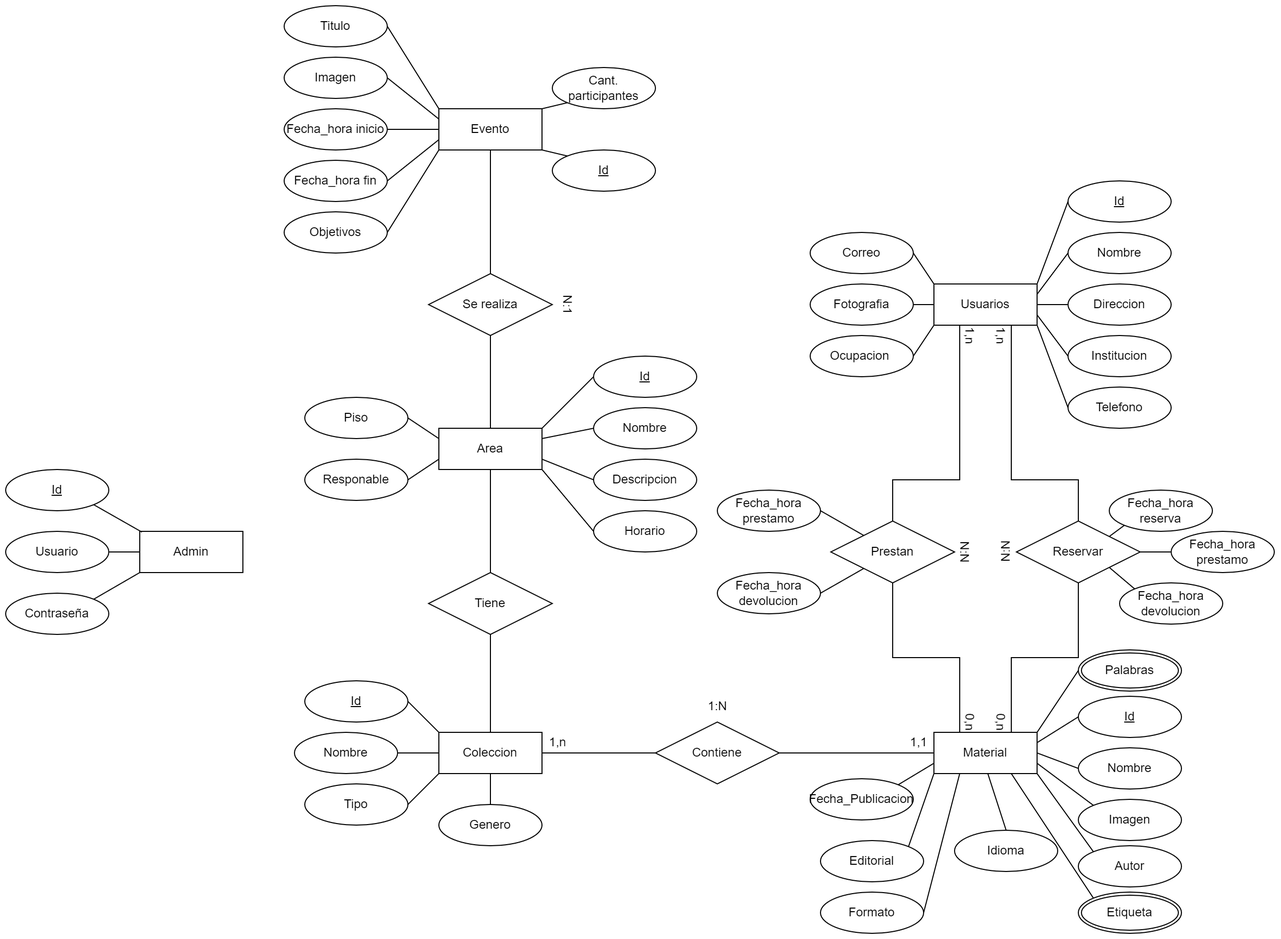
Dgarzona16/portfolio keeps this draw.io diagram as DB/Diagrama ER.png. Above is the earlier version. Source tidied: cells renumbered, new cells last; positions are measured from the earlier drawing's top-left corner, leaving out a move shared by most shapes.
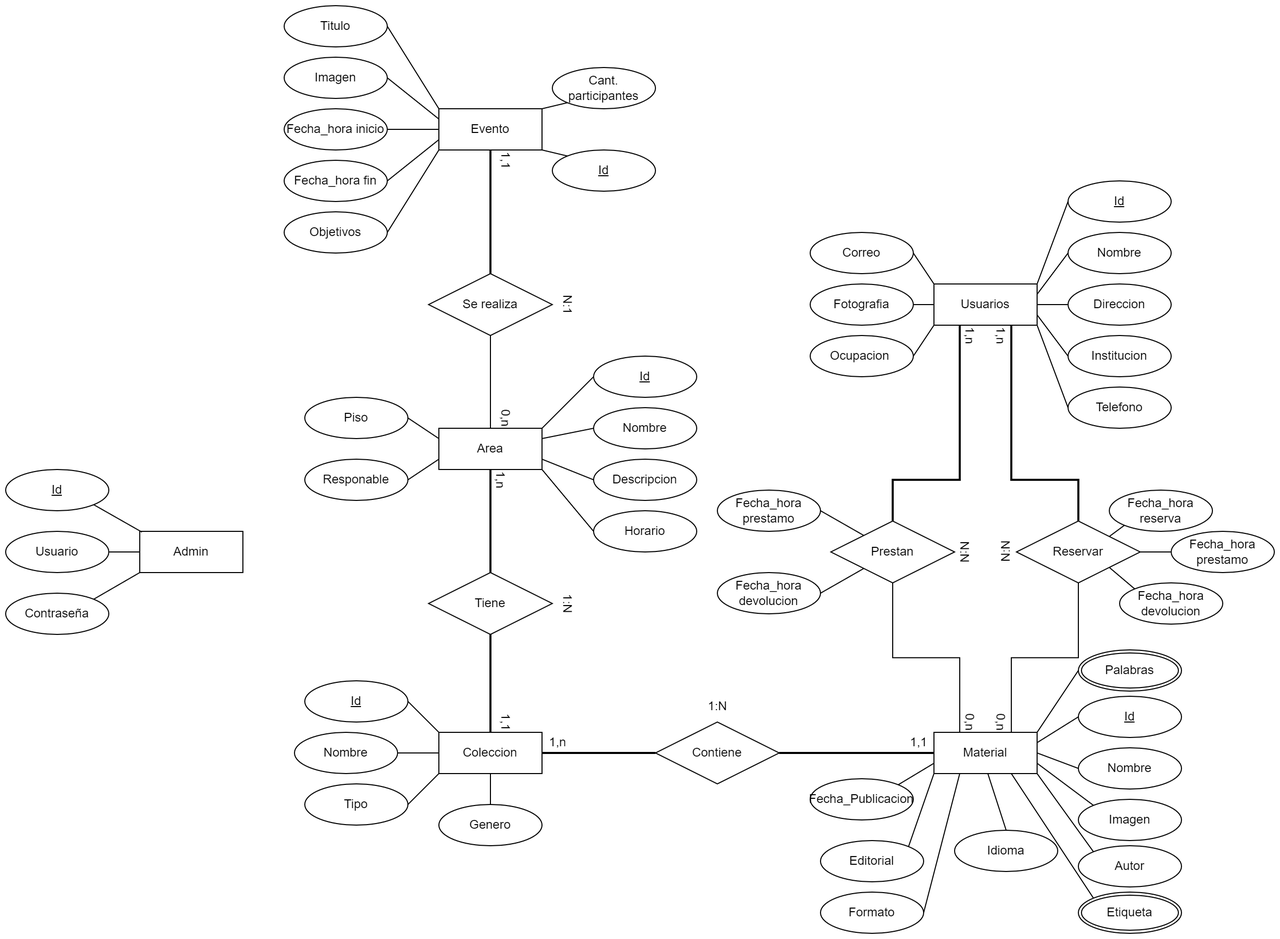
The same file after the commit.

Diff of the diagram source:
```diff
@@ -8,7 +8,7 @@
     <mxCell id="3" value="Evento" style="whiteSpace=wrap;html=1;align=center;rounded=0;" parent="1" vertex="1">
       <mxGeometry x="420" y="100" width="100" height="40" as="geometry" />
     </mxCell>
-    <mxCell id="4" style="edgeStyle=none;rounded=0;jettySize=auto;html=1;exitX=1;exitY=0.5;exitDx=0;exitDy=0;entryX=0;entryY=0.5;entryDx=0;entryDy=0;endArrow=none;endFill=0;" parent="1" edge="1" source="5" target="69">
+    <mxCell id="4" style="edgeStyle=none;rounded=0;jettySize=auto;html=1;exitX=1;exitY=0.5;exitDx=0;exitDy=0;entryX=0;entryY=0.5;entryDx=0;entryDy=0;endArrow=none;endFill=0;strokeWidth=2;" parent="1" edge="1" source="5" target="69">
       <mxGeometry relative="1" as="geometry" />
     </mxCell>
     <mxCell id="5" value="Coleccion" style="whiteSpace=wrap;html=1;align=center;rounded=0;" parent="1" vertex="1">
@@ -23,13 +23,13 @@
     <mxCell id="8" value="Area" style="whiteSpace=wrap;html=1;align=center;rounded=0;" parent="1" vertex="1">
       <mxGeometry x="420" y="410" width="100" height="40" as="geometry" />
     </mxCell>
-    <mxCell id="9" style="edgeStyle=orthogonalEdgeStyle;rounded=0;jettySize=auto;html=1;exitX=0.5;exitY=0;exitDx=0;exitDy=0;entryX=0.5;entryY=1;entryDx=0;entryDy=0;endArrow=none;endFill=0;" parent="1" edge="1" source="10" target="3">
+    <mxCell id="9" style="edgeStyle=orthogonalEdgeStyle;rounded=0;jettySize=auto;html=1;exitX=0.5;exitY=0;exitDx=0;exitDy=0;entryX=0.5;entryY=1;entryDx=0;entryDy=0;endArrow=none;endFill=0;strokeWidth=2;" parent="1" edge="1" source="10" target="3">
       <mxGeometry relative="1" as="geometry" />
     </mxCell>
     <mxCell id="10" value="Se realiza" style="shape=rhombus;perimeter=rhombusPerimeter;whiteSpace=wrap;html=1;align=center;rounded=0;" parent="1" vertex="1">
       <mxGeometry x="410" y="260" width="120" height="60" as="geometry" />
     </mxCell>
-    <mxCell id="11" style="edgeStyle=orthogonalEdgeStyle;rounded=0;jettySize=auto;html=1;exitX=0.5;exitY=0;exitDx=0;exitDy=0;entryX=0.25;entryY=1;entryDx=0;entryDy=0;endArrow=none;endFill=0;" parent="1" edge="1" source="12" target="6">
+    <mxCell id="11" style="edgeStyle=orthogonalEdgeStyle;rounded=0;jettySize=auto;html=1;exitX=0.5;exitY=0;exitDx=0;exitDy=0;entryX=0.25;entryY=1;entryDx=0;entryDy=0;endArrow=none;endFill=0;strokeWidth=2;" parent="1" edge="1" source="12" target="6">
       <mxGeometry relative="1" as="geometry">
         <Array as="points">
           <mxPoint x="860" y="460" />
@@ -205,7 +205,7 @@
     <mxCell id="67" value="Material" style="whiteSpace=wrap;html=1;align=center;rounded=0;" parent="1" vertex="1">
       <mxGeometry x="900" y="705" width="100" height="40" as="geometry" />
     </mxCell>
-    <mxCell id="68" style="edgeStyle=orthogonalEdgeStyle;rounded=0;jettySize=auto;html=1;exitX=1;exitY=0.5;exitDx=0;exitDy=0;entryX=0;entryY=0.5;entryDx=0;entryDy=0;endArrow=none;endFill=0;" parent="1" edge="1" source="69" target="67">
+    <mxCell id="68" style="edgeStyle=orthogonalEdgeStyle;rounded=0;jettySize=auto;html=1;exitX=1;exitY=0.5;exitDx=0;exitDy=0;entryX=0;entryY=0.5;entryDx=0;entryDy=0;endArrow=none;endFill=0;strokeWidth=2;" parent="1" edge="1" source="69" target="67">
       <mxGeometry relative="1" as="geometry" />
     </mxCell>
     <mxCell id="69" value="Contiene" style="shape=rhombus;perimeter=rhombusPerimeter;whiteSpace=wrap;html=1;align=center;rounded=0;" parent="1" vertex="1">
@@ -271,7 +271,7 @@
     <mxCell id="89" value="Fecha_hora devolucion" style="ellipse;whiteSpace=wrap;html=1;align=center;" parent="1" vertex="1">
       <mxGeometry x="690" y="550" width="100" height="40" as="geometry" />
     </mxCell>
-    <mxCell id="90" style="edgeStyle=orthogonalEdgeStyle;rounded=0;jettySize=auto;html=1;exitX=0.5;exitY=0;exitDx=0;exitDy=0;entryX=0.75;entryY=1;entryDx=0;entryDy=0;endArrow=none;endFill=0;" parent="1" edge="1" source="91" target="6">
+    <mxCell id="90" style="edgeStyle=orthogonalEdgeStyle;rounded=0;jettySize=auto;html=1;exitX=0.5;exitY=0;exitDx=0;exitDy=0;entryX=0.75;entryY=1;entryDx=0;entryDy=0;endArrow=none;endFill=0;strokeWidth=2;" parent="1" edge="1" source="91" target="6">
       <mxGeometry relative="1" as="geometry">
         <Array as="points">
           <mxPoint x="1040" y="460" />
@@ -357,14 +357,29 @@
     <mxCell id="116" value="N:1" style="text;html=1;align=center;verticalAlign=middle;strokeColor=none;fillColor=none;rotation=90;" parent="1" vertex="1">
       <mxGeometry x="530" y="280" width="30" height="20" as="geometry" />
     </mxCell>
-    <mxCell id="117" style="edgeStyle=orthogonalEdgeStyle;rounded=0;jettySize=auto;html=1;endArrow=none;endFill=0;" parent="1" edge="1" source="119" target="5">
+    <mxCell id="117" style="edgeStyle=orthogonalEdgeStyle;rounded=0;jettySize=auto;html=1;endArrow=none;endFill=0;strokeWidth=2;" parent="1" edge="1" source="119" target="5">
       <mxGeometry relative="1" as="geometry" />
     </mxCell>
-    <mxCell id="118" style="edgeStyle=orthogonalEdgeStyle;rounded=0;jettySize=auto;html=1;endArrow=none;endFill=0;" parent="1" edge="1" source="119" target="8">
+    <mxCell id="118" style="edgeStyle=orthogonalEdgeStyle;rounded=0;jettySize=auto;html=1;endArrow=none;endFill=0;strokeWidth=2;" parent="1" edge="1" source="119" target="8">
       <mxGeometry relative="1" as="geometry" />
     </mxCell>
     <mxCell id="119" value="Tiene" style="shape=rhombus;perimeter=rhombusPerimeter;whiteSpace=wrap;html=1;align=center;" parent="1" vertex="1">
       <mxGeometry x="410" y="550" width="120" height="60" as="geometry" />
     </mxCell>
+    <mxCell id="120" value="0,n" style="text;html=1;align=center;verticalAlign=middle;strokeColor=none;fillColor=none;rotation=90;" parent="1" vertex="1">
+      <mxGeometry x="470" y="390" width="30" height="20" as="geometry" />
+    </mxCell>
+    <mxCell id="121" value="1,1" style="text;html=1;align=center;verticalAlign=middle;strokeColor=none;fillColor=none;rotation=90;" parent="1" vertex="1">
+      <mxGeometry x="470" y="140" width="30" height="20" as="geometry" />
+    </mxCell>
+    <mxCell id="122" value="1:N" style="text;html=1;align=center;verticalAlign=middle;strokeColor=none;fillColor=none;rotation=90;" parent="1" vertex="1">
+      <mxGeometry x="530" y="570" width="30" height="20" as="geometry" />
+    </mxCell>
+    <mxCell id="123" value="1,1" style="text;html=1;align=center;verticalAlign=middle;strokeColor=none;fillColor=none;rotation=90;" parent="1" vertex="1">
+      <mxGeometry x="470" y="685" width="30" height="20" as="geometry" />
+    </mxCell>
+    <mxCell id="124" value="1,n" style="text;html=1;align=center;verticalAlign=middle;strokeColor=none;fillColor=none;rotation=90;" parent="1" vertex="1">
+      <mxGeometry x="465" y="450" width="30" height="20" as="geometry" />
+    </mxCell>
   </root>
 </mxGraphModel>
```
